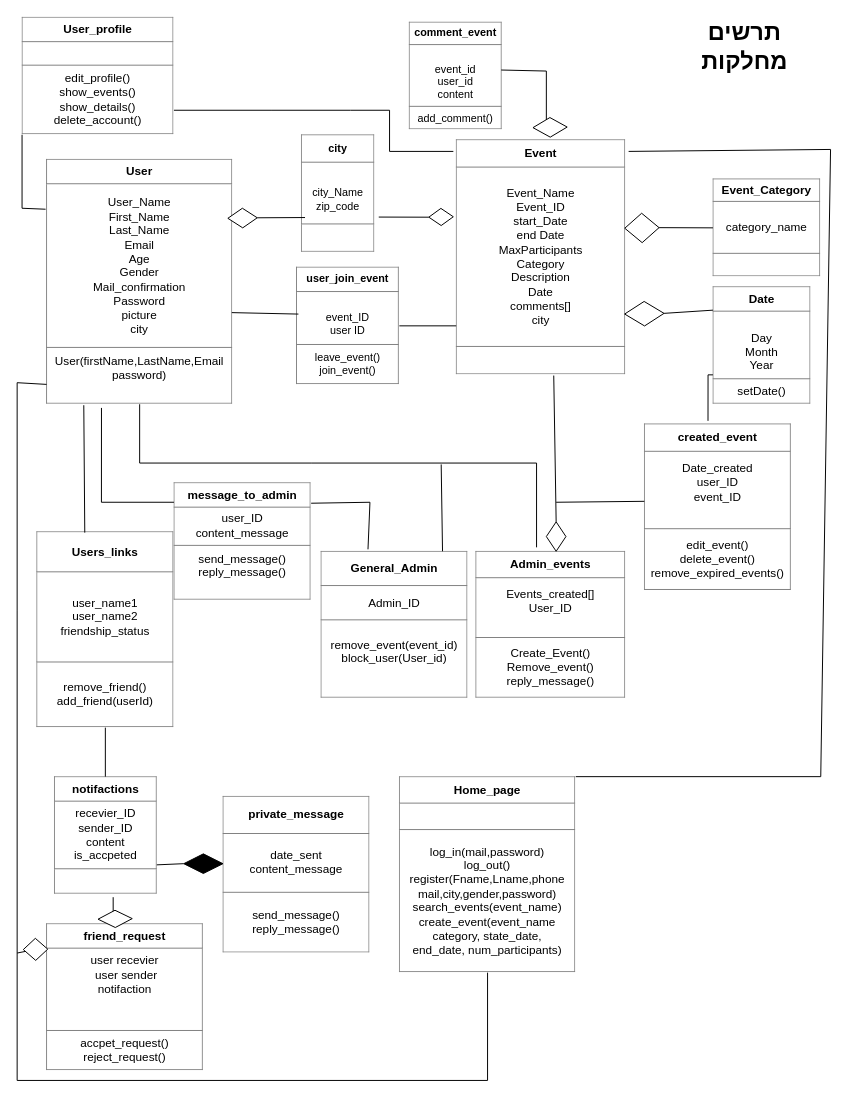
Before: classDiagram.drawio.drawio in NeoZi12/NeoAndLeon, a draw.io diagram. Source tidied: cells renumbered, new cells numbered last; positions are measured from the earlier drawing's top-left corner, leaving out a move shared by most shapes. Both pictures are drawn from the tidied source at 98%, with x=0, y=0 at pixel (17, 17).
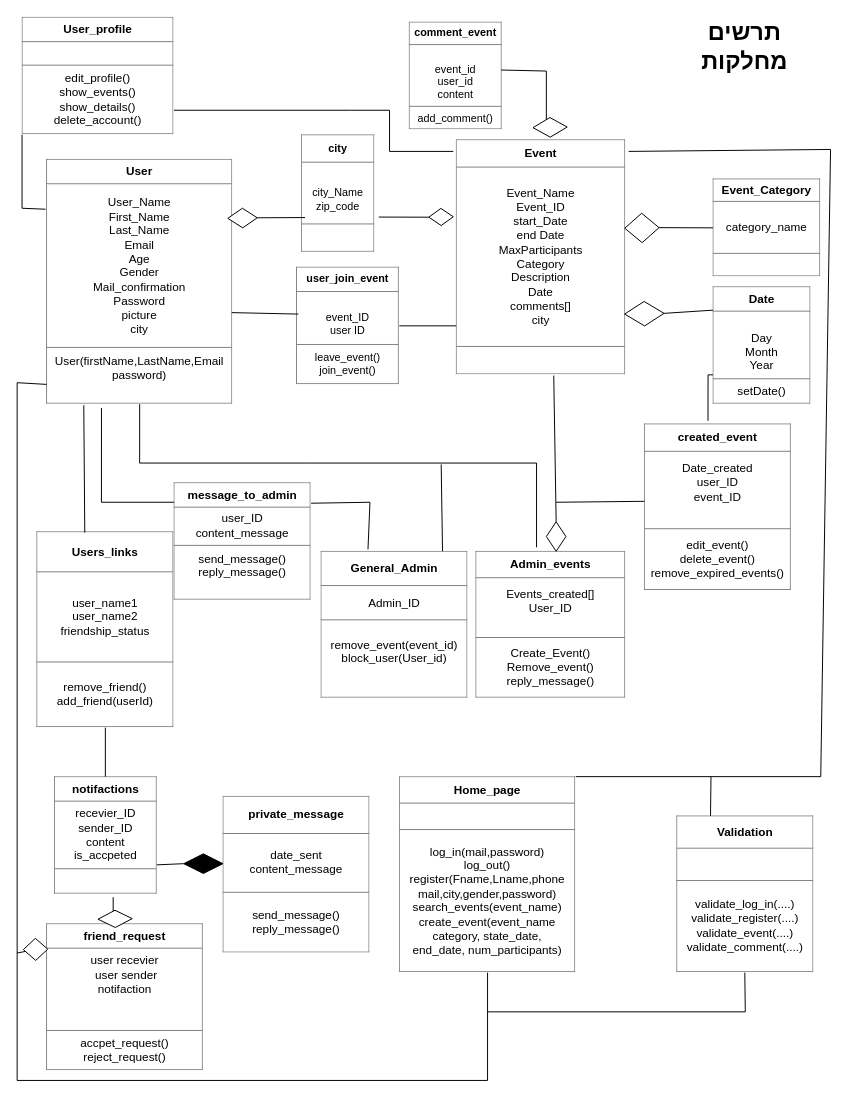
The same page after the edit.

The edit, as a diff of the source:
```diff
@@
+    <mxCell id="52" value="&lt;table border=&quot;1&quot; width=&quot;100%&quot; height=&quot;100%&quot; cellpadding=&quot;4&quot; style=&quot;width:100%;height:100%;border-collapse:collapse;&quot;&gt;&lt;tbody&gt;&lt;tr&gt;&lt;th align=&quot;center&quot;&gt;Validation&lt;/th&gt;&lt;/tr&gt;&lt;tr&gt;&lt;td align=&quot;center&quot;&gt;&lt;br&gt;&lt;/td&gt;&lt;/tr&gt;&lt;tr&gt;&lt;td align=&quot;center&quot;&gt;validate_log_in(....)&lt;br&gt;validate_register(....)&lt;br&gt;validate_event(....)&lt;br&gt;validate_comment(....)&lt;/td&gt;&lt;/tr&gt;&lt;/tbody&gt;&lt;/table&gt;" style="text;html=1;whiteSpace=wrap;strokeColor=none;fillColor=none;overflow=fill;" parent="1" vertex="1">
+      <mxGeometry x="672.5" y="815" width="140" height="160" as="geometry" />
+    </mxCell>
+    <mxCell id="53" style="endArrow=none;html=1;rounded=0;exitX=0.25;exitY=0;exitDx=0;exitDy=0;" parent="1" edge="1" source="52">
+      <mxGeometry relative="1" as="geometry">
+        <mxPoint x="708" y="775" as="targetPoint" />
+      </mxGeometry>
+    </mxCell>
+    <mxCell id="54" style="endArrow=none;html=1;rounded=0;entryX=0.5;entryY=1;entryDx=0;entryDy=0;" parent="1" edge="1" target="52">
+      <mxGeometry relative="1" as="geometry">
+        <mxPoint x="480" y="1015" as="sourcePoint" />
+        <Array as="points">
+          <mxPoint x="743" y="1015" />
+        </Array>
+      </mxGeometry>
+    </mxCell>
```
